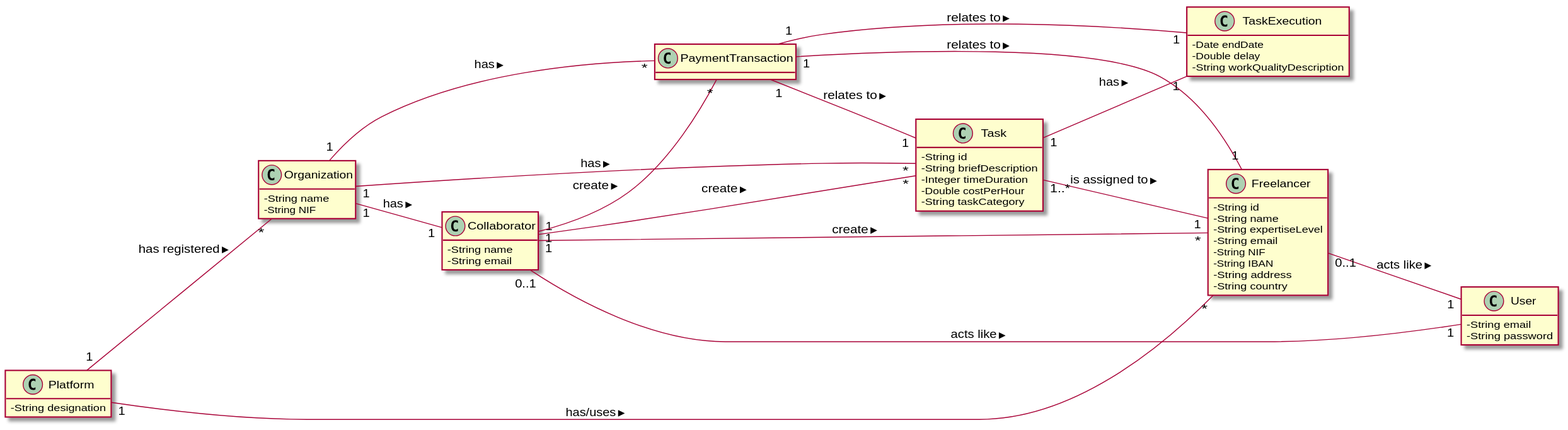
This is docs/UC3 - Create Payment Transaction/UC3_MD.svg from pedrolemos4/LAPR2, a PlantUML export, as it was before one commit.
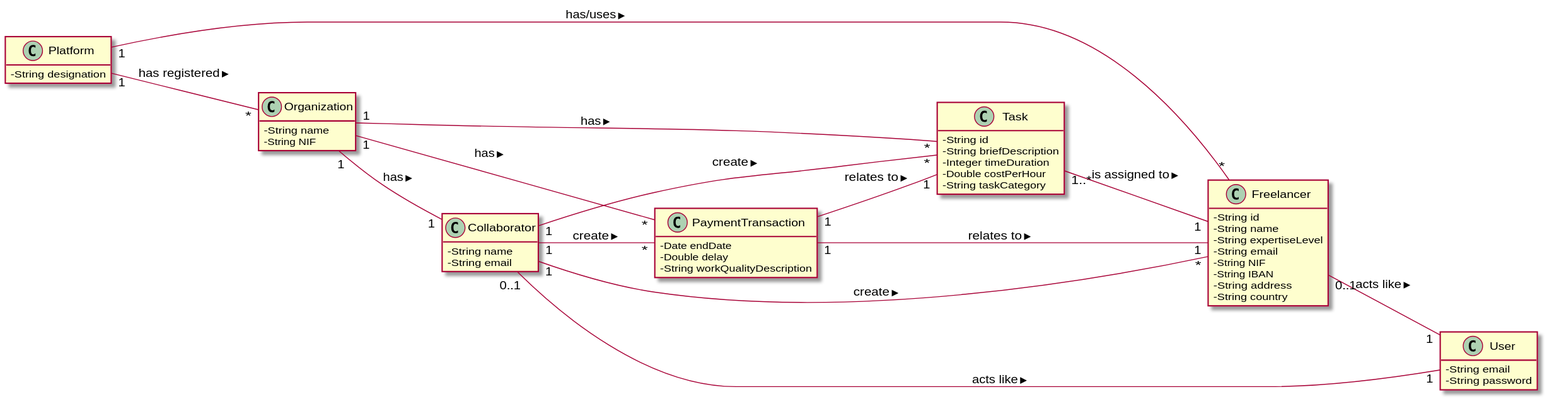
The same file after the commit.

The edit, as a diff of the source:
```diff
@@ -42,13 +42,10 @@
  -String taskCategory
 }
 
-class TaskExecution {
- -Date endDate
- -Double delay
- -String workQualityDescription
-}
-
 class PaymentTransaction{
+  -Date endDate
+  -Double delay
+  -String workQualityDescription
 }
 
 Platform "1" -- "*" Organization : has registered >
@@ -63,7 +60,5 @@
 Collaborator "1" -- "*" PaymentTransaction: create >
 PaymentTransaction "1" -- "1" Freelancer: relates to >
 PaymentTransaction "1" -- "1" Task: relates to >
-PaymentTransaction "1" -- "1" TaskExecution: relates to >
-Task "1" -- "1" TaskExecution: has >
 Task "1..*" -- "1" Freelancer: is assigned to >
 @enduml
```
